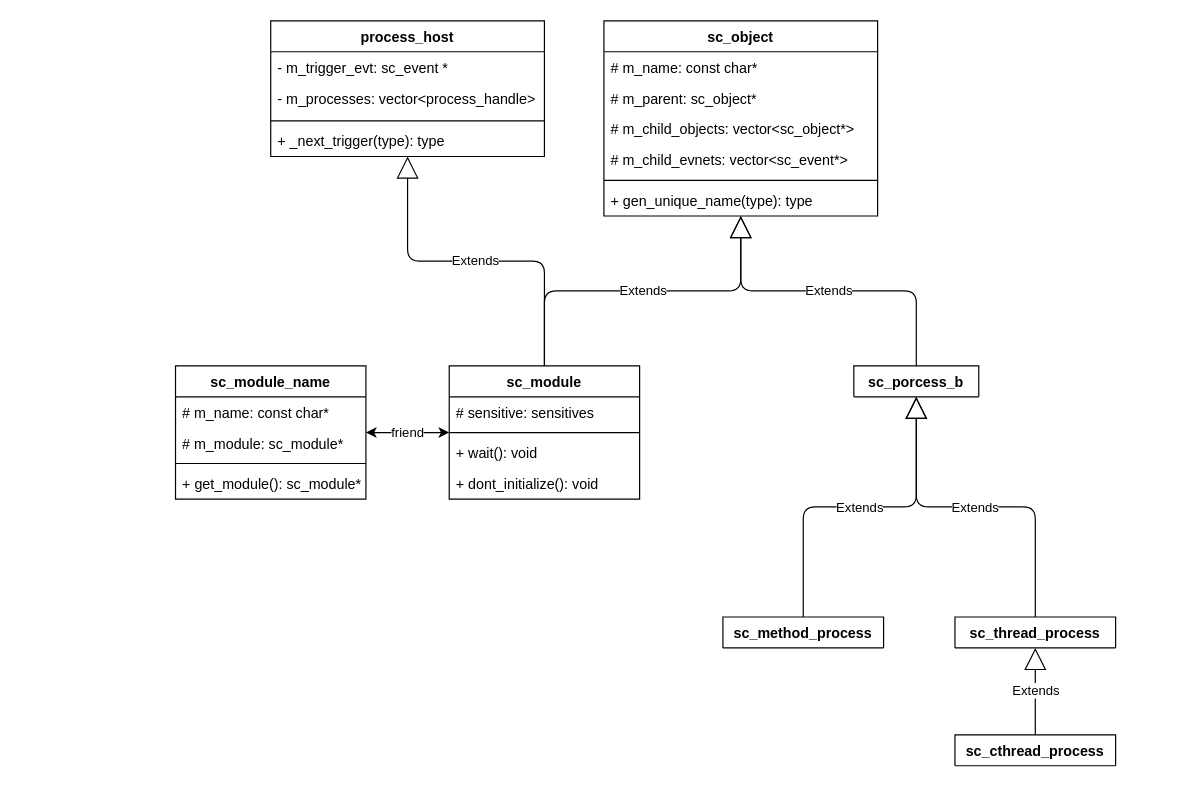
The draw.io diagram scgo_cpp.drawio in Dercury/CLDK, before the edit. Source tidied: cells renumbered, new cells numbered last; positions are measured from the earlier drawing's top-left corner, leaving out a move shared by most shapes. Both pictures are drawn from the tidied source at 119%, with x=0, y=0 at pixel (175, 20).
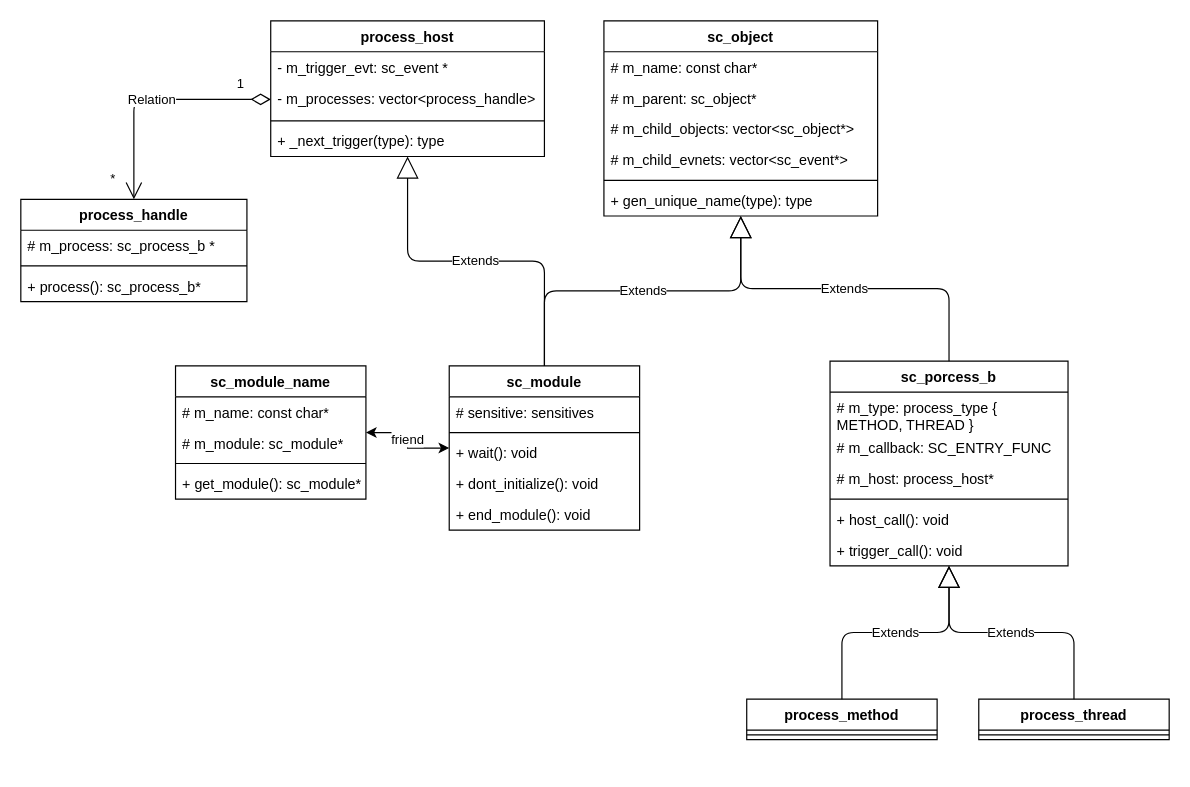
After the change.

Unchanged cells that the change refers to:
```xml
<mxCell id="25" value="- m_processes: vector&lt;process_handle&gt;" style="text;strokeColor=none;fillColor=none;align=left;verticalAlign=top;spacingLeft=4;spacingRight=4;overflow=hidden;points=[[0,0.5],[1,0.5]];portConstraint=eastwest;whiteSpace=wrap;" parent="23" vertex="1">
  <mxGeometry y="52" width="230" height="28" as="geometry" />
</mxCell>
```

The edit, as a diff of the source:
```diff
@@
-    <mxCell id="9" value="sc_porcess_b" style="swimlane;fontStyle=1;align=center;verticalAlign=top;horizontal=1;startSize=26;" parent="1" vertex="1" collapsed="1">
-      <mxGeometry x="570" y="290" width="105" height="26" as="geometry" />
+    <mxCell id="9" value="sc_porcess_b" style="swimlane;fontStyle=1;align=center;verticalAlign=top;horizontal=1;startSize=26;" parent="1" vertex="1">
+      <mxGeometry x="550" y="286" width="200" height="172" as="geometry" />
     </mxCell>
+    <mxCell id="35" value="# m_type: process_type { METHOD, THREAD }" style="text;strokeColor=none;fillColor=none;align=left;verticalAlign=top;spacingLeft=4;spacingRight=4;overflow=hidden;whiteSpace=wrap;" parent="9" vertex="1">
+      <mxGeometry y="26" width="200" height="34" as="geometry" />
+    </mxCell>
+    <mxCell id="36" value="# m_callback: SC_ENTRY_FUNC" style="text;strokeColor=none;fillColor=none;align=left;verticalAlign=top;spacingLeft=4;spacingRight=4;overflow=hidden;" parent="9" vertex="1">
+      <mxGeometry y="60" width="200" height="26" as="geometry" />
+    </mxCell>
+    <mxCell id="37" value="# m_host: process_host*" style="text;strokeColor=none;fillColor=none;align=left;verticalAlign=top;spacingLeft=4;spacingRight=4;overflow=hidden;" parent="9" vertex="1">
+      <mxGeometry y="86" width="200" height="26" as="geometry" />
+    </mxCell>
+    <mxCell id="38" style="line;strokeWidth=1;fillColor=none;align=left;verticalAlign=middle;spacingTop=-1;spacingLeft=3;spacingRight=3;labelPosition=right;" parent="9" vertex="1">
+      <mxGeometry y="112" width="200" height="8" as="geometry" />
+    </mxCell>
+    <mxCell id="39" value="+ host_call(): void" style="text;strokeColor=none;fillColor=none;align=left;verticalAlign=top;spacingLeft=4;spacingRight=4;overflow=hidden;" parent="9" vertex="1">
+      <mxGeometry y="120" width="200" height="26" as="geometry" />
+    </mxCell>
+    <mxCell id="40" value="+ trigger_call(): void" style="text;strokeColor=none;fillColor=none;align=left;verticalAlign=top;spacingLeft=4;spacingRight=4;overflow=hidden;" parent="9" vertex="1">
+      <mxGeometry y="146" width="200" height="26" as="geometry" />
+    </mxCell>
-    <mxCell id="10" value="sc_thread_process" style="swimlane;fontStyle=1;align=center;verticalAlign=top;horizontal=1;startSize=26;" parent="1" vertex="1" collapsed="1">
-      <mxGeometry x="655" y="501" width="135" height="26" as="geometry" />
+    <mxCell id="10" value="process_thread" style="swimlane;fontStyle=1;align=center;verticalAlign=top;horizontal=1;startSize=26;" parent="1" vertex="1">
+      <mxGeometry x="675" y="570" width="160" height="34" as="geometry" />
     </mxCell>
+    <mxCell id="41" style="line;strokeWidth=1;fillColor=none;align=left;verticalAlign=middle;spacingTop=-1;spacingLeft=3;spacingRight=3;labelPosition=right;" parent="10" vertex="1">
+      <mxGeometry y="26" width="160" height="8" as="geometry" />
+    </mxCell>
-    <mxCell id="11" value="sc_method_process" style="swimlane;fontStyle=1;align=center;verticalAlign=top;horizontal=1;startSize=26;" parent="1" vertex="1" collapsed="1">
-      <mxGeometry x="460" y="501" width="135" height="26" as="geometry" />
+    <mxCell id="11" value="process_method" style="swimlane;fontStyle=1;align=center;verticalAlign=top;horizontal=1;startSize=26;" parent="1" vertex="1">
+      <mxGeometry x="480" y="570" width="160" height="34" as="geometry" />
     </mxCell>
-    <mxCell id="12" value="sc_cthread_process" style="swimlane;fontStyle=1;align=center;verticalAlign=top;horizontal=1;startSize=26;" parent="1" vertex="1" collapsed="1">
-      <mxGeometry x="655" y="600" width="135" height="26" as="geometry" />
-    </mxCell>
+    <mxCell id="42" style="line;strokeWidth=1;fillColor=none;align=left;verticalAlign=middle;spacingTop=-1;spacingLeft=3;spacingRight=3;labelPosition=right;" parent="11" vertex="1">
+      <mxGeometry y="26" width="160" height="8" as="geometry" />
+    </mxCell>
@@
-    <mxCell id="16" value="Extends" style="endArrow=block;endSize=16;endFill=0;html=1;exitX=0.5;exitY=0;exitDx=0;exitDy=0;edgeStyle=orthogonalEdgeStyle;" parent="1" edge="1" source="12" target="10">
-      <mxGeometry relative="1" as="geometry" />
-    </mxCell>
@@
     <mxCell id="18" value="sc_module" style="swimlane;fontStyle=1;align=center;verticalAlign=top;horizontal=1;startSize=26;" parent="1" vertex="1">
-      <mxGeometry x="230" y="290" width="160" height="112" as="geometry" />
+      <mxGeometry x="230" y="290" width="160" height="138" as="geometry" />
     </mxCell>
@@
+    <mxCell id="43" value="+ end_module(): void" style="text;strokeColor=none;fillColor=none;align=left;verticalAlign=top;spacingLeft=4;spacingRight=4;overflow=hidden;" parent="18" vertex="1">
+      <mxGeometry y="112" width="160" height="26" as="geometry" />
+    </mxCell>
@@
+    <mxCell id="44" value="process_handle" style="swimlane;fontStyle=1;align=center;verticalAlign=top;horizontal=1;startSize=26;" parent="1" vertex="1">
+      <mxGeometry x="-130" y="150" width="190" height="86" as="geometry" />
+    </mxCell>
+    <mxCell id="45" value="# m_process: sc_process_b *" style="text;strokeColor=none;fillColor=none;align=left;verticalAlign=top;spacingLeft=4;spacingRight=4;overflow=hidden;" parent="44" vertex="1">
+      <mxGeometry y="26" width="190" height="26" as="geometry" />
+    </mxCell>
+    <mxCell id="46" style="line;strokeWidth=1;fillColor=none;align=left;verticalAlign=middle;spacingTop=-1;spacingLeft=3;spacingRight=3;labelPosition=right;" parent="44" vertex="1">
+      <mxGeometry y="52" width="190" height="8" as="geometry" />
+    </mxCell>
+    <mxCell id="47" value="+ process(): sc_process_b*" style="text;strokeColor=none;fillColor=none;align=left;verticalAlign=top;spacingLeft=4;spacingRight=4;overflow=hidden;" parent="44" vertex="1">
+      <mxGeometry y="60" width="190" height="26" as="geometry" />
+    </mxCell>
+    <mxCell id="48" value="Relation" style="endArrow=open;html=1;endSize=12;startArrow=diamondThin;startSize=14;startFill=0;edgeStyle=orthogonalEdgeStyle;" parent="1" edge="1" source="25" target="44">
+      <mxGeometry relative="1" as="geometry" />
+    </mxCell>
+    <mxCell id="49" value="1" style="edgeLabel;html=1;align=left;verticalAlign=top;" parent="48" vertex="1">
+      <mxGeometry x="-1" relative="1" as="geometry">
+        <mxPoint x="-30" y="-26" as="offset" />
+      </mxGeometry>
+    </mxCell>
+    <mxCell id="50" value="*" style="edgeLabel;html=1;align=right;verticalAlign=top;" parent="48" vertex="1">
+      <mxGeometry x="1" relative="1" as="geometry">
+        <mxPoint x="-15" y="-30" as="offset" />
+      </mxGeometry>
+    </mxCell>
```
